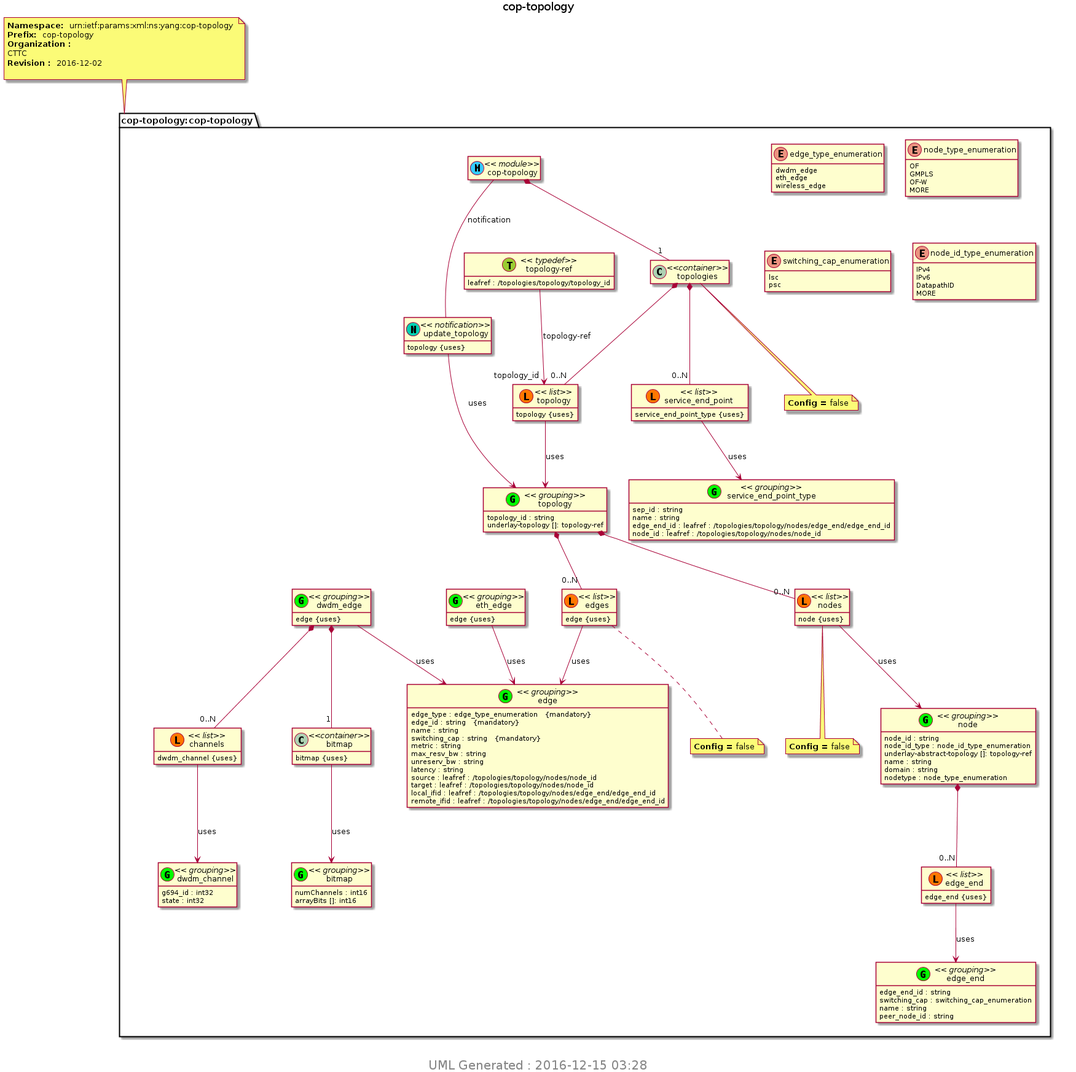
This is img/cop-topology.png from 5G-Crosshaul/COP, a PlantUML export, as it was before one commit.
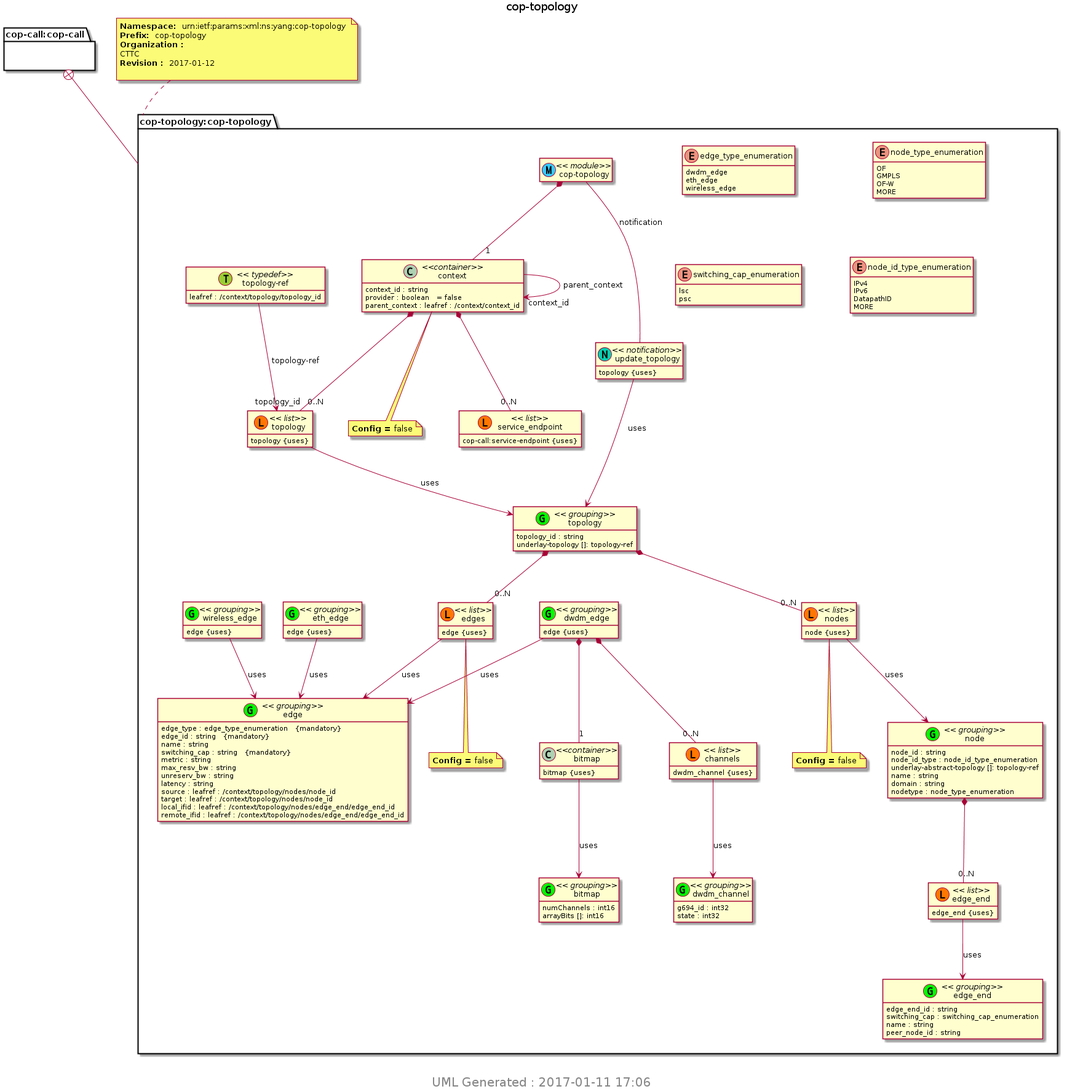
Later version of the same file.

Diff of the diagram source:
```diff
@@ -8,11 +8,14 @@
 hide <<leafref>> circle
 page 1x1
 Title cop-topology
-note top of cop_topology_cop_topology : <b>Namespace: </b> urn:ietf:params:xml:ns:yang:cop-topology \n<b>Prefix: </b> cop-topology \n<b>Organization : </b>\nCTTC \n<b>Revision : </b> 2016-12-02 \n
+package "cop-call:cop-call" as cop_call_cop_call {
+}
+note top of cop_topology_cop_topology : <b>Namespace: </b> urn:ietf:params:xml:ns:yang:cop-topology \n<b>Prefix: </b> cop-topology \n<b>Organization : </b>\nCTTC \n<b>Revision : </b> 2017-01-12 \n
 package "cop-topology:cop-topology" as cop_topology_cop_topology {
+cop_call_cop_call +-- cop_topology_cop_topology
 class "cop-topology" as cop_topology << (M, #33CCFF) module>>
 class "topology-ref" as topology_ref << (T, YellowGreen) typedef>>
-topology_ref : leafref : /topologies/topology/topology_id
+topology_ref : leafref : /context/topology/topology_id
 enum "edge_type_enumeration" as cop_topology_I_edge_type_enumeration {
 dwdm_edge
 eth_edge
@@ -73,10 +76,10 @@
 cop_topology_I_edge_grouping : max_resv_bw : string
 cop_topology_I_edge_grouping : unreserv_bw : string
 cop_topology_I_edge_grouping : latency : string
-cop_topology_I_edge_grouping : source : leafref : /topologies/topology/nodes/node_id
-cop_topology_I_edge_grouping : target : leafref : /topologies/topology/nodes/node_id
-cop_topology_I_edge_grouping : local_ifid : leafref : /topologies/topology/nodes/edge_end/edge_end_id
-cop_topology_I_edge_grouping : remote_ifid : leafref : /topologies/topology/nodes/edge_end/edge_end_id
+cop_topology_I_edge_grouping : source : leafref : /context/topology/nodes/node_id
+cop_topology_I_edge_grouping : target : leafref : /context/topology/nodes/node_id
+cop_topology_I_edge_grouping : local_ifid : leafref : /context/topology/nodes/edge_end/edge_end_id
+cop_topology_I_edge_grouping : remote_ifid : leafref : /context/topology/nodes/edge_end/edge_end_id
 class "dwdm_channel" as cop_topology_I_dwdm_channel_grouping <<(G,Lime) grouping>>
 cop_topology_I_dwdm_channel_grouping : g694_id : int32
 cop_topology_I_dwdm_channel_grouping : state : int32
@@ -93,22 +96,22 @@
 cop_topology_I_dwdm_edge_grouping : edge {uses}
 class "eth_edge" as cop_topology_I_eth_edge_grouping <<(G,Lime) grouping>>
 cop_topology_I_eth_edge_grouping : edge {uses}
-class "service_end_point_type" as cop_topology_I_service_end_point_type_grouping <<(G,Lime) grouping>>
-cop_topology_I_service_end_point_type_grouping : sep_id : string
-cop_topology_I_service_end_point_type_grouping : name : string
-cop_topology_I_service_end_point_type_grouping : edge_end_id : leafref : /topologies/topology/nodes/edge_end/edge_end_id
-cop_topology_I_service_end_point_type_grouping : node_id : leafref : /topologies/topology/nodes/node_id
-class "topologies" as  cop_topology_I_topologies <<container>>
-cop_topology *-- "1" cop_topology_I_topologies
-note bottom of cop_topology_I_topologies
+class "wireless_edge" as cop_topology_I_wireless_edge_grouping <<(G,Lime) grouping>>
+cop_topology_I_wireless_edge_grouping : edge {uses}
+class "context" as  cop_topology_I_context <<container>>
+cop_topology *-- "1" cop_topology_I_context
+note bottom of cop_topology_I_context
 <b>Config = </b>false
 end note
-class "topology" as cop_topology_I_topologies_I_topology << (L, #FF7700) list>>
-cop_topology_I_topologies *-- "0..N" cop_topology_I_topologies_I_topology
-cop_topology_I_topologies_I_topology : topology {uses}
-class "service_end_point" as cop_topology_I_topologies_I_service_end_point << (L, #FF7700) list>>
-cop_topology_I_topologies *-- "0..N" cop_topology_I_topologies_I_service_end_point
-cop_topology_I_topologies_I_service_end_point : service_end_point_type {uses}
+cop_topology_I_context : context_id : string
+cop_topology_I_context : provider : boolean   = false
+cop_topology_I_context : parent_context : leafref : /context/context_id
+class "topology" as cop_topology_I_context_I_topology << (L, #FF7700) list>>
+cop_topology_I_context *-- "0..N" cop_topology_I_context_I_topology
+cop_topology_I_context_I_topology : topology {uses}
+class "service_endpoint" as cop_topology_I_context_I_service_endpoint << (L, #FF7700) list>>
+cop_topology_I_context *-- "0..N" cop_topology_I_context_I_service_endpoint
+cop_topology_I_context_I_service_endpoint : cop-call:service-endpoint {uses}
 class "update_topology" as cop_topology_I_update_topology << (N,#00D1B2) notification>>
 cop_topology -- cop_topology_I_update_topology : notification
 cop_topology_I_update_topology : topology {uses}
@@ -121,11 +124,12 @@
 cop_topology_I_dwdm_edge_I_channels --> cop_topology_I_dwdm_channel_grouping : uses
 cop_topology_I_dwdm_edge_grouping --> cop_topology_I_edge_grouping : uses
 cop_topology_I_eth_edge_grouping --> cop_topology_I_edge_grouping : uses
-cop_topology_I_topologies_I_topology --> cop_topology_I_topology_grouping : uses
-cop_topology_I_topologies_I_service_end_point --> cop_topology_I_service_end_point_type_grouping : uses
+cop_topology_I_wireless_edge_grouping --> cop_topology_I_edge_grouping : uses
+cop_topology_I_context_I_topology --> cop_topology_I_topology_grouping : uses
 cop_topology_I_update_topology --> cop_topology_I_topology_grouping : uses
-topology_ref-->"topology_id"cop_topology_I_topologies_I_topology: topology-ref
+topology_ref-->"topology_id"cop_topology_I_context_I_topology: topology-ref
+cop_topology_I_context-->"context_id"cop_topology_I_context: parent_context
 center footer
- <size:20> UML Generated : 2016-12-15 03:28 </size>
+ <size:20> UML Generated : 2017-01-11 17:06 </size>
  endfooter
 @enduml
```
